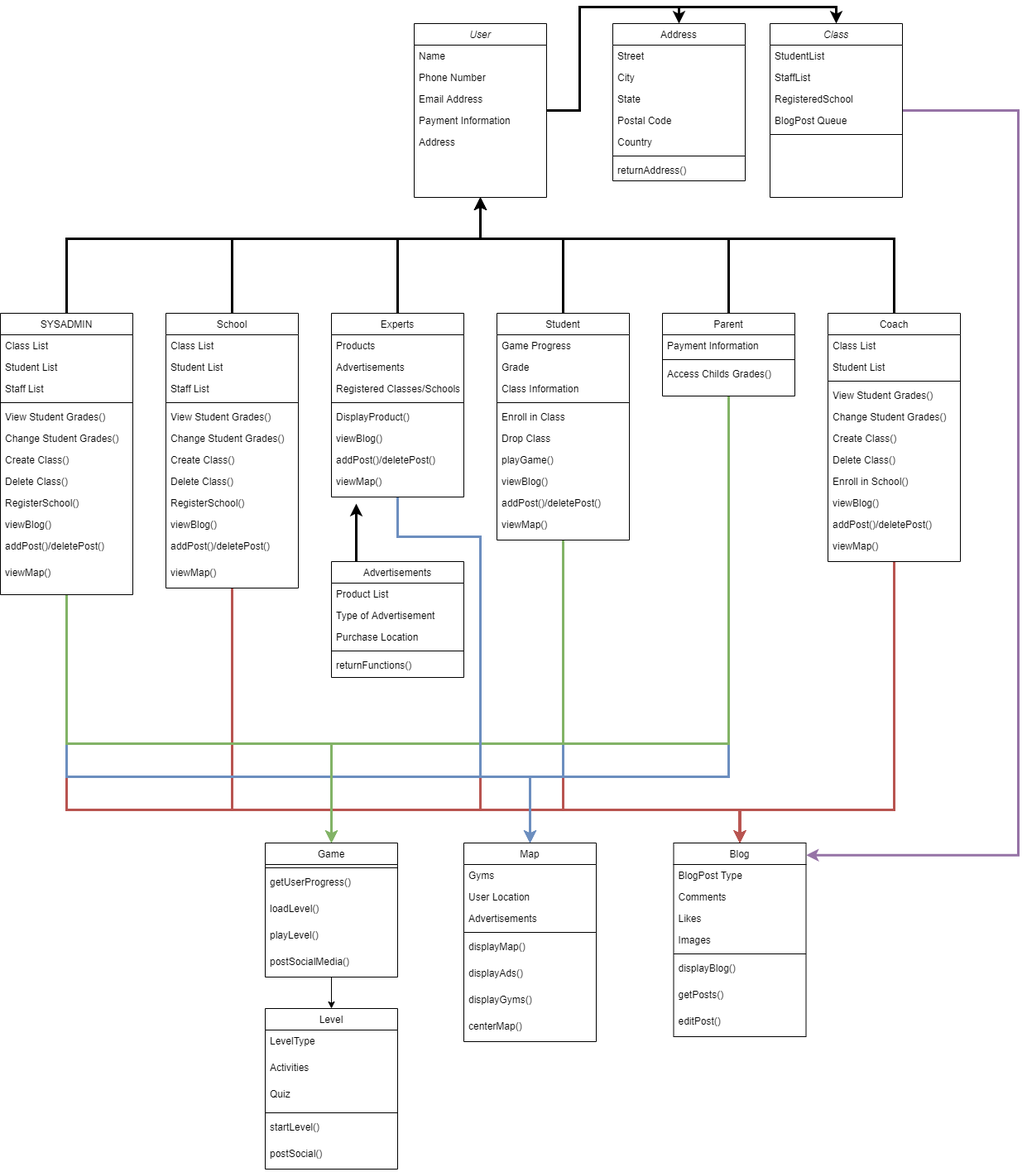
The draw.io diagram Deliverables/Week_4/Class Diagram.png in Hanandrof/Group-3-Repository, before a commit. Source tidied: cells renumbered, new cells last; positions are measured from the earlier drawing's top-left corner, leaving out a move shared by most shapes.
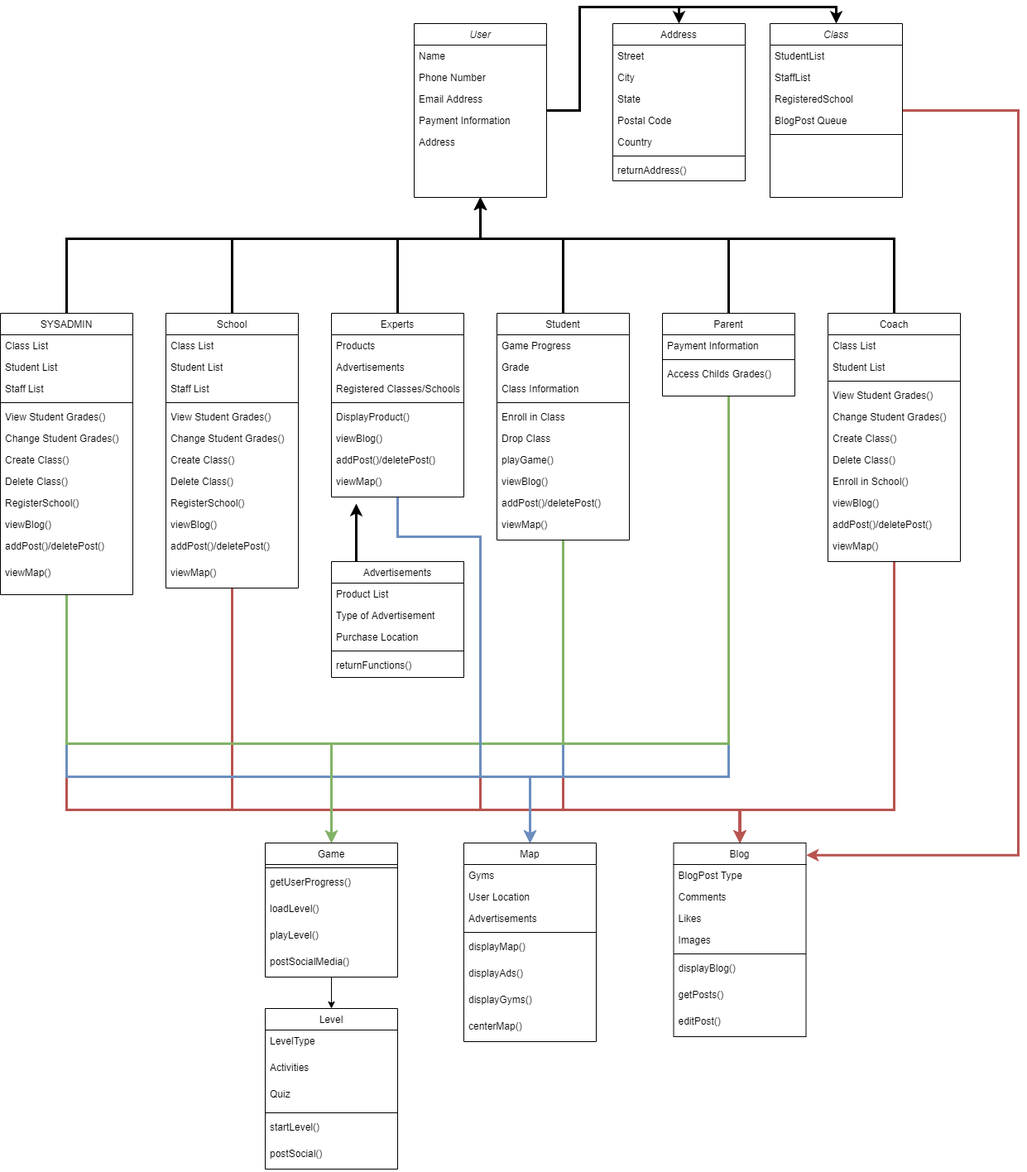
The same file after the commit.

Diff of the diagram source:
```diff
@@ -512,7 +512,7 @@
     <mxCell id="136" value="postSocial()" style="text;align=left;verticalAlign=top;spacingLeft=4;spacingRight=4;overflow=hidden;rounded=0;shadow=0;html=0;" parent="130" vertex="1">
       <mxGeometry y="162" width="160" height="32" as="geometry" />
     </mxCell>
-    <mxCell id="137" style="edgeStyle=orthogonalEdgeStyle;rounded=0;jettySize=auto;html=1;entryX=1.001;entryY=0.063;entryDx=0;entryDy=0;entryPerimeter=0;strokeWidth=3;fillColor=#e1d5e7;strokeColor=#9673a6;" parent="1" edge="1" source="138" target="105">
+    <mxCell id="137" style="edgeStyle=orthogonalEdgeStyle;rounded=0;jettySize=auto;html=1;entryX=1.001;entryY=0.063;entryDx=0;entryDy=0;entryPerimeter=0;strokeWidth=3;fillColor=#f8cecc;strokeColor=#b85450;" parent="1" edge="1" source="138" target="105">
       <mxGeometry relative="1" as="geometry">
         <Array as="points">
           <mxPoint x="1230" y="125" />
```
